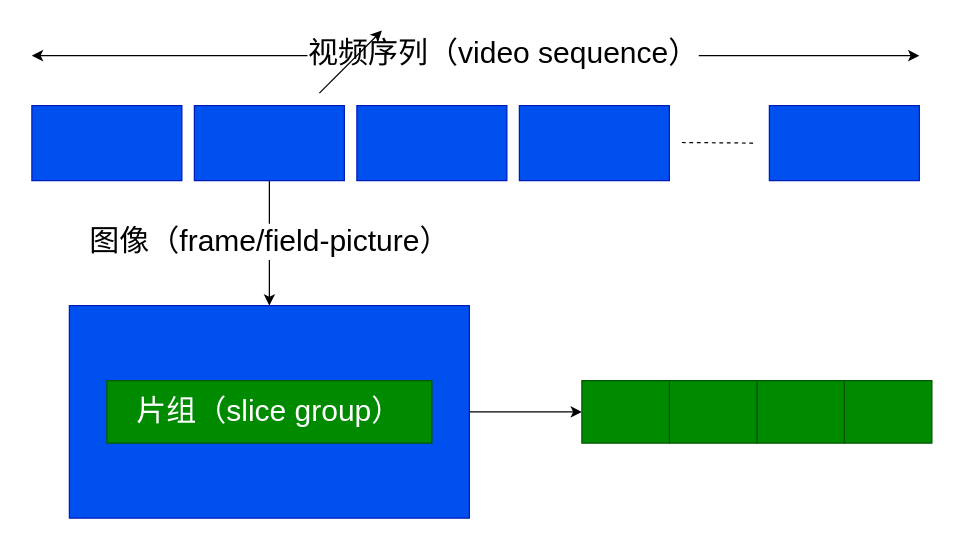
flcker/drawio keeps this draw.io diagram as h264_stream_struct.drawio. Above is the earlier version. Source tidied: cells renumbered, new cells numbered last; positions are measured from the earlier drawing's top-left corner, leaving out a move shared by most shapes. Both pictures are drawn from the tidied source at 125%, with x=0, y=0 at pixel (31, 30).
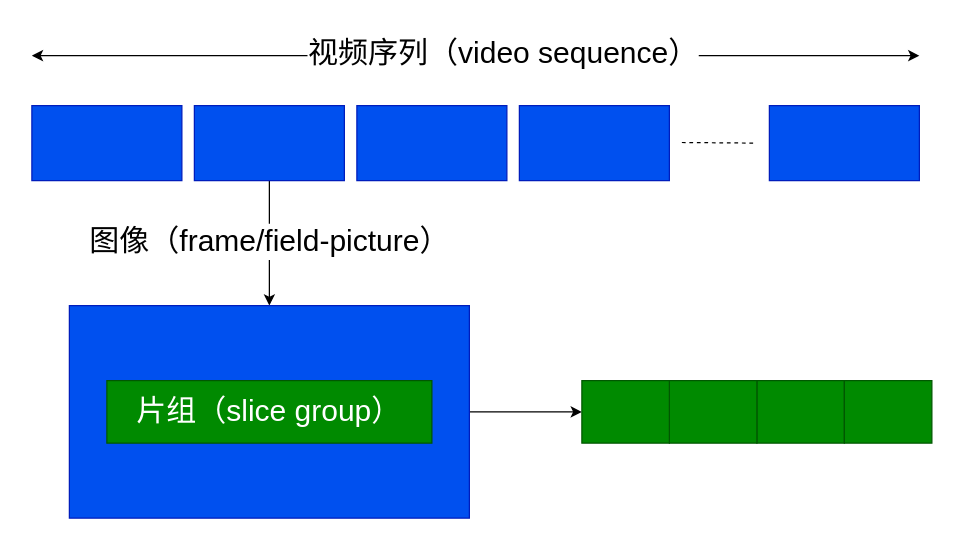
The same diagram, later.

Diff of the diagram source:
```diff
@@
-    <mxCell id="18" style="endArrow=classic;html=1;rounded=0;fontSize=24;" parent="1" edge="1">
-      <mxGeometry relative="1" as="geometry">
-        <mxPoint x="230" y="50" as="sourcePoint" />
-        <mxPoint x="280" as="targetPoint" />
-      </mxGeometry>
-    </mxCell>
```
